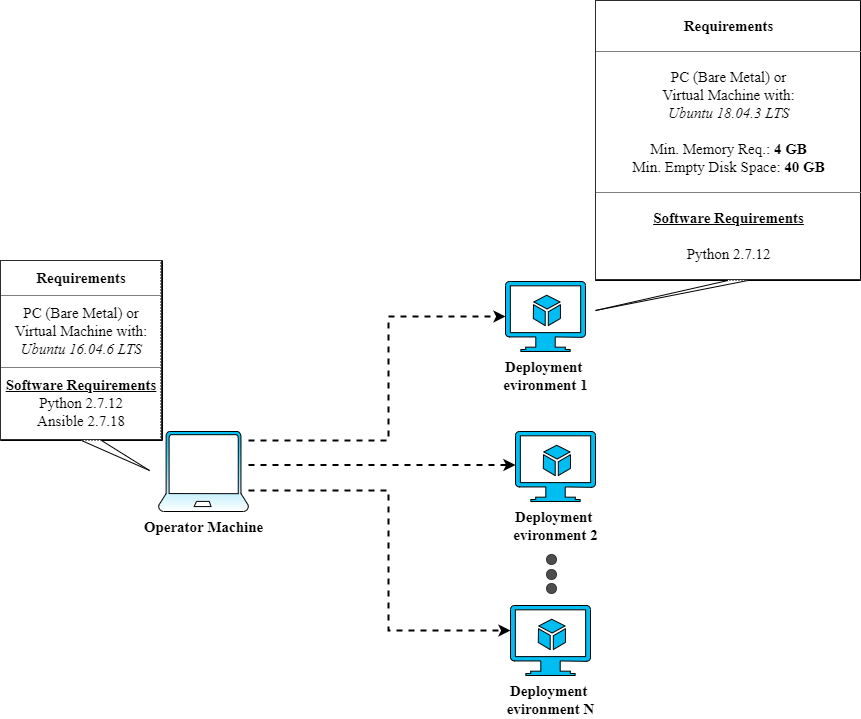
Above: images/environment_description.png in LABORA-INF-UFG/oaisim-free5gc-install (draw.io), before the change. Source tidied: cells renumbered, new cells last; positions are measured from the earlier drawing's top-left corner, leaving out a move shared by most shapes.
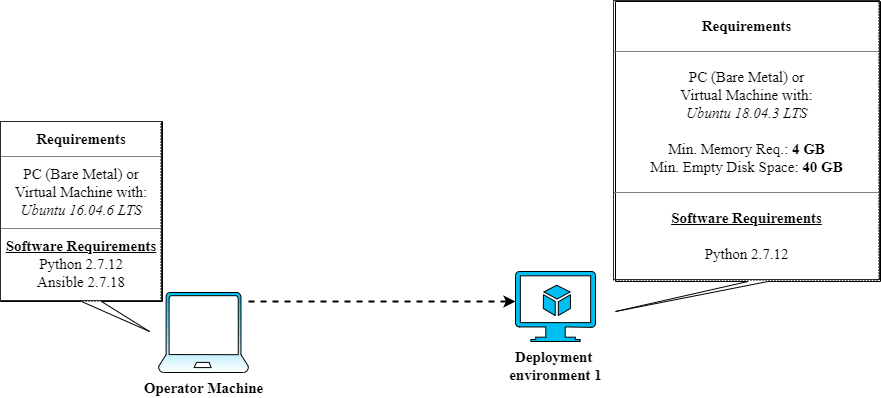
After the commit.

The edit, as a diff of the source:
```diff
@@ -5,49 +5,17 @@
     <mxCell id="2" style="edgeStyle=orthogonalEdgeStyle;rounded=0;jettySize=auto;html=1;dashed=1;strokeWidth=2;" parent="1" edge="1" source="5" target="6">
       <mxGeometry relative="1" as="geometry">
         <Array as="points">
-          <mxPoint x="388" y="440" />
-          <mxPoint x="388" y="316" />
+          <mxPoint x="460" y="440" />
+          <mxPoint x="460" y="440" />
         </Array>
       </mxGeometry>
     </mxCell>
-    <mxCell id="3" style="edgeStyle=orthogonalEdgeStyle;rounded=0;jettySize=auto;html=1;dashed=1;strokeWidth=2;" parent="1" edge="1" source="5" target="7">
-      <mxGeometry relative="1" as="geometry">
-        <Array as="points">
-          <mxPoint x="388" y="490" />
-          <mxPoint x="388" y="630" />
-        </Array>
-      </mxGeometry>
-    </mxCell>
-    <mxCell id="4" style="edgeStyle=orthogonalEdgeStyle;rounded=0;jettySize=auto;html=1;dashed=1;strokeWidth=2;" parent="1" edge="1" target="8">
-      <mxGeometry relative="1" as="geometry">
-        <mxPoint x="248" y="464.5" as="sourcePoint" />
-        <Array as="points">
-          <mxPoint x="320" y="465" />
-          <mxPoint x="320" y="465" />
-        </Array>
-      </mxGeometry>
-    </mxCell>
     <mxCell id="5" value="Operator Machine" style="verticalLabelPosition=bottom;html=1;verticalAlign=top;align=center;strokeColor=#000000;fillColor=#00BEF2;shape=mxgraph.azure.laptop;shadow=0;fontFamily=Times New Roman;fontStyle=1;fontSize=15;gradientColor=#ffffff;" parent="1" vertex="1">
       <mxGeometry x="158" y="431" width="90" height="80" as="geometry" />
     </mxCell>
-    <mxCell id="6" value="Deployment &lt;br style=&quot;font-size: 15px;&quot;&gt;evironment 1" style="verticalLabelPosition=bottom;html=1;verticalAlign=top;align=center;strokeColor=#000000;fillColor=#00BEF2;shape=mxgraph.azure.virtual_machine_feature;fontSize=15;fontStyle=1;fontFamily=Times New Roman;" parent="1" vertex="1">
-      <mxGeometry x="505" y="281" width="80" height="70" as="geometry" />
+    <mxCell id="6" value="Deployment &lt;br style=&quot;font-size: 15px&quot;&gt;environment 1" style="verticalLabelPosition=bottom;html=1;verticalAlign=top;align=center;strokeColor=#000000;fillColor=#00BEF2;shape=mxgraph.azure.virtual_machine_feature;fontSize=15;fontStyle=1;fontFamily=Times New Roman;" parent="1" vertex="1">
+      <mxGeometry x="515" y="410" width="80" height="70" as="geometry" />
     </mxCell>
-    <mxCell id="7" value="Deployment &lt;br style=&quot;font-size: 15px;&quot;&gt;evironment N" style="verticalLabelPosition=bottom;html=1;verticalAlign=top;align=center;strokeColor=#000000;fillColor=#00BEF2;shape=mxgraph.azure.virtual_machine_feature;fontFamily=Times New Roman;fontStyle=1;fontSize=15;" parent="1" vertex="1">
-      <mxGeometry x="510" y="605" width="80" height="70" as="geometry" />
-    </mxCell>
-    <mxCell id="8" value="Deployment &lt;br style=&quot;font-size: 15px;&quot;&gt;evironment 2" style="verticalLabelPosition=bottom;html=1;verticalAlign=top;align=center;strokeColor=#000000;fillColor=#00BEF2;shape=mxgraph.azure.virtual_machine_feature;fontStyle=1;fontSize=15;fontFamily=Times New Roman;" parent="1" vertex="1">
-      <mxGeometry x="515" y="431" width="80" height="70" as="geometry" />
-    </mxCell>
-    <mxCell id="9" style="ellipse;whiteSpace=wrap;html=1;shadow=0;fillColor=#4D4D4D;strokeColor=#36393d;" parent="1" vertex="1">
-      <mxGeometry x="546" y="569" width="10" height="10" as="geometry" />
-    </mxCell>
-    <mxCell id="10" style="ellipse;whiteSpace=wrap;html=1;shadow=0;fillColor=#4D4D4D;strokeColor=#36393d;" parent="1" vertex="1">
-      <mxGeometry x="546" y="554" width="10" height="10" as="geometry" />
-    </mxCell>
-    <mxCell id="11" style="ellipse;whiteSpace=wrap;html=1;shadow=0;fillColor=#4D4D4D;strokeColor=#36393d;" parent="1" vertex="1">
-      <mxGeometry x="546" y="583" width="10" height="10" as="geometry" />
-    </mxCell>
     <mxCell id="12" style="shape=callout;whiteSpace=wrap;html=1;perimeter=calloutPerimeter;shadow=0;strokeColor=#000000;fillColor=#FFFFFF;fontFamily=Times New Roman;fontSize=15;position2=0.92;" parent="1" vertex="1">
       <mxGeometry y="260" width="162" height="210" as="geometry" />
     </mxCell>
@@ -55,10 +23,10 @@
       <mxGeometry y="260" width="160" height="180" as="geometry" />
     </mxCell>
     <mxCell id="14" style="shape=callout;whiteSpace=wrap;html=1;perimeter=calloutPerimeter;shadow=0;strokeColor=#000000;fillColor=#FFFFFF;fontFamily=Times New Roman;fontSize=15;position2=0;" parent="1" vertex="1">
-      <mxGeometry x="595" width="265" height="310" as="geometry" />
+      <mxGeometry x="615" y="140" width="265" height="310" as="geometry" />
     </mxCell>
     <mxCell id="15" value="&lt;table border=&quot;1&quot; width=&quot;100%&quot; cellpadding=&quot;4&quot; style=&quot;width: 100% ; height: 100% ; border-collapse: collapse&quot;&gt;&lt;tbody&gt;&lt;tr&gt;&lt;th align=&quot;center&quot;&gt;&lt;b&gt;Requirements&lt;/b&gt;&lt;/th&gt;&lt;/tr&gt;&lt;tr&gt;&lt;td align=&quot;center&quot;&gt;PC (Bare Metal) or&lt;br&gt;Virtual Machine with:&lt;br&gt;&lt;i&gt;Ubuntu 18.04.3 LTS&lt;br&gt;&lt;br&gt;&lt;/i&gt;Min. Memory Req.: &lt;b&gt;4 GB&lt;br&gt;&lt;/b&gt;Min. Empty Disk Space: &lt;b&gt;40 GB&lt;/b&gt;&lt;/td&gt;&lt;/tr&gt;&lt;tr&gt;&lt;td align=&quot;center&quot;&gt;&lt;b&gt;&lt;u&gt;Software Requirements&lt;br&gt;&lt;/u&gt;&lt;/b&gt;&lt;br&gt;Python 2.7.12&lt;br&gt;&lt;/td&gt;&lt;/tr&gt;&lt;/tbody&gt;&lt;/table&gt;" style="text;html=1;strokeColor=#000000;fillColor=none;overflow=fill;shadow=0;fontFamily=Times New Roman;fontSize=15;dashed=1;dashPattern=1 2;" parent="1" vertex="1">
-      <mxGeometry x="595" width="265" height="280" as="geometry" />
+      <mxGeometry x="613" y="139" width="265" height="280" as="geometry" />
     </mxCell>
   </root>
 </mxGraphModel>
```
